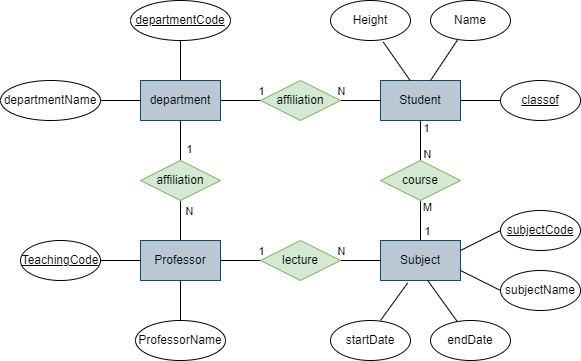
This is haksaControll.png from 0yHan/test, a draw.io export, as it was before one commit. Source tidied: cells renumbered, new cells last; positions are measured from the earlier drawing's top-left corner, leaving out a move shared by most shapes.
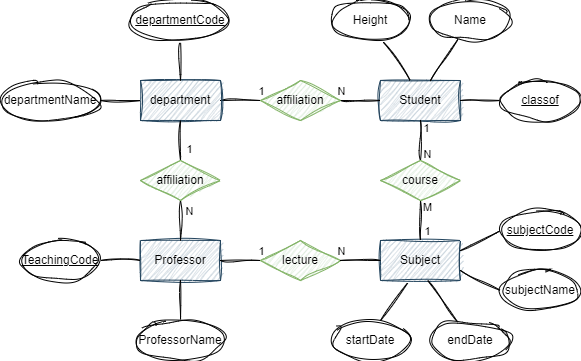
After the commit.

The edit, as a diff of the source:
```diff
@@ -2,164 +2,164 @@
   <root>
     <mxCell id="0" />
     <mxCell id="1" parent="0" />
-    <mxCell id="2" value="Student" style="whiteSpace=wrap;html=1;align=center;fillColor=#bac8d3;strokeColor=#23445d;" parent="1" vertex="1">
+    <mxCell id="2" value="Student" style="whiteSpace=wrap;html=1;align=center;fillColor=#bac8d3;strokeColor=#23445d;sketch=1;curveFitting=1;jiggle=2;" parent="1" vertex="1">
       <mxGeometry x="380" y="80" width="80" height="40" as="geometry" />
     </mxCell>
-    <mxCell id="3" style="edgeStyle=orthogonalEdgeStyle;rounded=0;jettySize=auto;html=1;endArrow=none;endFill=0;" parent="1" edge="1" source="5" target="8">
+    <mxCell id="3" style="edgeStyle=orthogonalEdgeStyle;rounded=0;jettySize=auto;html=1;endArrow=none;endFill=0;sketch=1;curveFitting=1;jiggle=2;" parent="1" edge="1" source="5" target="8">
       <mxGeometry relative="1" as="geometry" />
     </mxCell>
-    <mxCell id="4" value="N" style="edgeLabel;html=1;align=center;verticalAlign=middle;" parent="3" vertex="1">
+    <mxCell id="4" value="N" style="edgeLabel;html=1;align=center;verticalAlign=middle;sketch=1;curveFitting=1;jiggle=2;" parent="3" vertex="1">
       <mxGeometry x="0.12" y="1" relative="1" as="geometry">
         <mxPoint x="98" y="-9" as="offset" />
       </mxGeometry>
     </mxCell>
-    <mxCell id="5" value="department" style="whiteSpace=wrap;html=1;align=center;fillColor=#bac8d3;strokeColor=#23445d;" parent="1" vertex="1">
+    <mxCell id="5" value="department" style="whiteSpace=wrap;html=1;align=center;fillColor=#bac8d3;strokeColor=#23445d;sketch=1;curveFitting=1;jiggle=2;" parent="1" vertex="1">
       <mxGeometry x="140" y="80" width="80" height="40" as="geometry" />
     </mxCell>
-    <mxCell id="6" style="edgeStyle=orthogonalEdgeStyle;rounded=0;jettySize=auto;html=1;endArrow=none;endFill=0;" parent="1" edge="1" source="8" target="2">
+    <mxCell id="6" style="edgeStyle=orthogonalEdgeStyle;rounded=0;jettySize=auto;html=1;endArrow=none;endFill=0;sketch=1;curveFitting=1;jiggle=2;" parent="1" edge="1" source="8" target="2">
       <mxGeometry relative="1" as="geometry" />
     </mxCell>
-    <mxCell id="7" value="1" style="edgeLabel;html=1;align=center;verticalAlign=middle;" parent="6" vertex="1">
+    <mxCell id="7" value="1" style="edgeLabel;html=1;align=center;verticalAlign=middle;sketch=1;curveFitting=1;jiggle=2;" parent="6" vertex="1">
       <mxGeometry x="0.12" y="-1" relative="1" as="geometry">
         <mxPoint x="-102" y="-11" as="offset" />
       </mxGeometry>
     </mxCell>
-    <mxCell id="8" value="affiliation" style="shape=rhombus;perimeter=rhombusPerimeter;whiteSpace=wrap;html=1;align=center;fillColor=#d5e8d4;strokeColor=#82b366;" parent="1" vertex="1">
+    <mxCell id="8" value="affiliation" style="shape=rhombus;perimeter=rhombusPerimeter;whiteSpace=wrap;html=1;align=center;fillColor=#d5e8d4;strokeColor=#82b366;sketch=1;curveFitting=1;jiggle=2;" parent="1" vertex="1">
       <mxGeometry x="260" y="80" width="80" height="40" as="geometry" />
     </mxCell>
-    <mxCell id="9" style="edgeStyle=orthogonalEdgeStyle;rounded=0;jettySize=auto;html=1;endArrow=none;endFill=0;" parent="1" edge="1" source="10" target="5">
+    <mxCell id="9" style="edgeStyle=orthogonalEdgeStyle;rounded=0;jettySize=auto;html=1;endArrow=none;endFill=0;sketch=1;curveFitting=1;jiggle=2;" parent="1" edge="1" source="10" target="5">
       <mxGeometry relative="1" as="geometry" />
     </mxCell>
-    <mxCell id="10" value="&lt;u&gt;departmentCode&lt;/u&gt;" style="ellipse;whiteSpace=wrap;html=1;align=center;" parent="1" vertex="1">
+    <mxCell id="10" value="&lt;u&gt;departmentCode&lt;/u&gt;" style="ellipse;whiteSpace=wrap;html=1;align=center;sketch=1;curveFitting=1;jiggle=2;" parent="1" vertex="1">
       <mxGeometry x="130" width="100" height="40" as="geometry" />
     </mxCell>
-    <mxCell id="11" value="Professor" style="whiteSpace=wrap;html=1;align=center;fillColor=#bac8d3;strokeColor=#23445d;" parent="1" vertex="1">
+    <mxCell id="11" value="Professor" style="whiteSpace=wrap;html=1;align=center;fillColor=#bac8d3;strokeColor=#23445d;sketch=1;curveFitting=1;jiggle=2;" parent="1" vertex="1">
       <mxGeometry x="140" y="240" width="80" height="40" as="geometry" />
     </mxCell>
-    <mxCell id="12" value="Subject" style="whiteSpace=wrap;html=1;align=center;fillColor=#bac8d3;strokeColor=#23445d;" parent="1" vertex="1">
+    <mxCell id="12" value="Subject" style="whiteSpace=wrap;html=1;align=center;fillColor=#bac8d3;strokeColor=#23445d;sketch=1;curveFitting=1;jiggle=2;" parent="1" vertex="1">
       <mxGeometry x="380" y="240" width="80" height="40" as="geometry" />
     </mxCell>
-    <mxCell id="13" style="edgeStyle=orthogonalEdgeStyle;rounded=0;jettySize=auto;html=1;endArrow=none;endFill=0;" parent="1" edge="1" source="15" target="5">
+    <mxCell id="13" style="edgeStyle=orthogonalEdgeStyle;rounded=0;jettySize=auto;html=1;endArrow=none;endFill=0;sketch=1;curveFitting=1;jiggle=2;" parent="1" edge="1" source="15" target="5">
       <mxGeometry relative="1" as="geometry" />
     </mxCell>
-    <mxCell id="14" style="edgeStyle=orthogonalEdgeStyle;rounded=0;jettySize=auto;html=1;endArrow=none;endFill=0;" parent="1" edge="1" source="15" target="11">
+    <mxCell id="14" style="edgeStyle=orthogonalEdgeStyle;rounded=0;jettySize=auto;html=1;endArrow=none;endFill=0;sketch=1;curveFitting=1;jiggle=2;" parent="1" edge="1" source="15" target="11">
       <mxGeometry relative="1" as="geometry" />
     </mxCell>
-    <mxCell id="15" value="affiliation" style="shape=rhombus;perimeter=rhombusPerimeter;whiteSpace=wrap;html=1;align=center;fillColor=#d5e8d4;strokeColor=#82b366;" parent="1" vertex="1">
+    <mxCell id="15" value="affiliation" style="shape=rhombus;perimeter=rhombusPerimeter;whiteSpace=wrap;html=1;align=center;fillColor=#d5e8d4;strokeColor=#82b366;sketch=1;curveFitting=1;jiggle=2;" parent="1" vertex="1">
       <mxGeometry x="140" y="160" width="80" height="40" as="geometry" />
     </mxCell>
-    <mxCell id="16" style="edgeStyle=orthogonalEdgeStyle;rounded=0;jettySize=auto;html=1;endArrow=none;endFill=0;" parent="1" edge="1" source="18" target="12">
+    <mxCell id="16" style="edgeStyle=orthogonalEdgeStyle;rounded=0;jettySize=auto;html=1;endArrow=none;endFill=0;sketch=1;curveFitting=1;jiggle=2;" parent="1" edge="1" source="18" target="12">
       <mxGeometry relative="1" as="geometry" />
     </mxCell>
-    <mxCell id="17" style="edgeStyle=orthogonalEdgeStyle;rounded=0;jettySize=auto;html=1;endArrow=none;endFill=0;" parent="1" edge="1" source="18" target="11">
+    <mxCell id="17" style="edgeStyle=orthogonalEdgeStyle;rounded=0;jettySize=auto;html=1;endArrow=none;endFill=0;sketch=1;curveFitting=1;jiggle=2;" parent="1" edge="1" source="18" target="11">
       <mxGeometry relative="1" as="geometry" />
     </mxCell>
-    <mxCell id="18" value="lecture" style="shape=rhombus;perimeter=rhombusPerimeter;whiteSpace=wrap;html=1;align=center;fillColor=#d5e8d4;strokeColor=#82b366;" parent="1" vertex="1">
+    <mxCell id="18" value="lecture" style="shape=rhombus;perimeter=rhombusPerimeter;whiteSpace=wrap;html=1;align=center;fillColor=#d5e8d4;strokeColor=#82b366;sketch=1;curveFitting=1;jiggle=2;" parent="1" vertex="1">
       <mxGeometry x="260" y="240" width="80" height="40" as="geometry" />
     </mxCell>
-    <mxCell id="19" style="edgeStyle=orthogonalEdgeStyle;rounded=0;jettySize=auto;html=1;endArrow=none;endFill=0;" parent="1" edge="1" source="21" target="2">
+    <mxCell id="19" style="edgeStyle=orthogonalEdgeStyle;rounded=0;jettySize=auto;html=1;endArrow=none;endFill=0;sketch=1;curveFitting=1;jiggle=2;" parent="1" edge="1" source="21" target="2">
       <mxGeometry relative="1" as="geometry" />
     </mxCell>
-    <mxCell id="20" style="edgeStyle=orthogonalEdgeStyle;rounded=0;jettySize=auto;html=1;endArrow=none;endFill=0;" parent="1" edge="1" source="21" target="12">
+    <mxCell id="20" style="edgeStyle=orthogonalEdgeStyle;rounded=0;jettySize=auto;html=1;endArrow=none;endFill=0;sketch=1;curveFitting=1;jiggle=2;" parent="1" edge="1" source="21" target="12">
       <mxGeometry relative="1" as="geometry" />
     </mxCell>
-    <mxCell id="21" value="course" style="shape=rhombus;perimeter=rhombusPerimeter;whiteSpace=wrap;html=1;align=center;fillColor=#d5e8d4;strokeColor=#82b366;" parent="1" vertex="1">
+    <mxCell id="21" value="course" style="shape=rhombus;perimeter=rhombusPerimeter;whiteSpace=wrap;html=1;align=center;fillColor=#d5e8d4;strokeColor=#82b366;sketch=1;curveFitting=1;jiggle=2;" parent="1" vertex="1">
       <mxGeometry x="380" y="160" width="80" height="40" as="geometry" />
     </mxCell>
-    <mxCell id="22" style="edgeStyle=orthogonalEdgeStyle;rounded=0;jettySize=auto;html=1;endArrow=none;endFill=0;" parent="1" edge="1" source="23" target="5">
+    <mxCell id="22" style="edgeStyle=orthogonalEdgeStyle;rounded=0;jettySize=auto;html=1;endArrow=none;endFill=0;sketch=1;curveFitting=1;jiggle=2;" parent="1" edge="1" source="23" target="5">
       <mxGeometry relative="1" as="geometry" />
     </mxCell>
-    <mxCell id="23" value="departmentName" style="ellipse;whiteSpace=wrap;html=1;align=center;" parent="1" vertex="1">
+    <mxCell id="23" value="departmentName" style="ellipse;whiteSpace=wrap;html=1;align=center;sketch=1;curveFitting=1;jiggle=2;" parent="1" vertex="1">
       <mxGeometry y="80" width="100" height="40" as="geometry" />
     </mxCell>
-    <mxCell id="24" style="edgeStyle=orthogonalEdgeStyle;rounded=0;jettySize=auto;html=1;endArrow=none;endFill=0;" parent="1" edge="1" source="25" target="11">
+    <mxCell id="24" style="edgeStyle=orthogonalEdgeStyle;rounded=0;jettySize=auto;html=1;endArrow=none;endFill=0;sketch=1;curveFitting=1;jiggle=2;" parent="1" edge="1" source="25" target="11">
       <mxGeometry relative="1" as="geometry" />
     </mxCell>
-    <mxCell id="25" value="ProfessorName" style="ellipse;whiteSpace=wrap;html=1;align=center;" parent="1" vertex="1">
+    <mxCell id="25" value="ProfessorName" style="ellipse;whiteSpace=wrap;html=1;align=center;sketch=1;curveFitting=1;jiggle=2;" parent="1" vertex="1">
       <mxGeometry x="135" y="320" width="90" height="40" as="geometry" />
     </mxCell>
-    <mxCell id="26" style="edgeStyle=orthogonalEdgeStyle;rounded=0;jettySize=auto;html=1;endArrow=none;endFill=0;" parent="1" edge="1" source="27" target="11">
+    <mxCell id="26" style="edgeStyle=orthogonalEdgeStyle;rounded=0;jettySize=auto;html=1;endArrow=none;endFill=0;sketch=1;curveFitting=1;jiggle=2;" parent="1" edge="1" source="27" target="11">
       <mxGeometry relative="1" as="geometry" />
     </mxCell>
-    <mxCell id="27" value="&lt;u&gt;TeachingCode&lt;/u&gt;" style="ellipse;whiteSpace=wrap;html=1;align=center;" parent="1" vertex="1">
+    <mxCell id="27" value="&lt;u&gt;TeachingCode&lt;/u&gt;" style="ellipse;whiteSpace=wrap;html=1;align=center;sketch=1;curveFitting=1;jiggle=2;" parent="1" vertex="1">
       <mxGeometry x="20" y="240" width="80" height="40" as="geometry" />
     </mxCell>
-    <mxCell id="28" style="jettySize=auto;html=1;endArrow=none;endFill=0;exitX=0.66;exitY=1.04;exitDx=0;exitDy=0;exitPerimeter=0;entryX=0.37;entryY=0;entryDx=0;entryDy=0;entryPerimeter=0;" parent="1" edge="1" source="29" target="2">
+    <mxCell id="28" style="jettySize=auto;html=1;endArrow=none;endFill=0;exitX=0.66;exitY=1.04;exitDx=0;exitDy=0;exitPerimeter=0;entryX=0.37;entryY=0;entryDx=0;entryDy=0;entryPerimeter=0;sketch=1;curveFitting=1;jiggle=2;" parent="1" edge="1" source="29" target="2">
       <mxGeometry relative="1" as="geometry" />
     </mxCell>
-    <mxCell id="29" value="Height" style="ellipse;whiteSpace=wrap;html=1;align=center;" parent="1" vertex="1">
+    <mxCell id="29" value="Height" style="ellipse;whiteSpace=wrap;html=1;align=center;sketch=1;curveFitting=1;jiggle=2;" parent="1" vertex="1">
       <mxGeometry x="330" width="80" height="40" as="geometry" />
     </mxCell>
-    <mxCell id="30" style="edgeStyle=orthogonalEdgeStyle;rounded=0;jettySize=auto;html=1;endArrow=none;endFill=0;" parent="1" edge="1" source="31" target="2">
+    <mxCell id="30" style="edgeStyle=orthogonalEdgeStyle;rounded=0;jettySize=auto;html=1;endArrow=none;endFill=0;sketch=1;curveFitting=1;jiggle=2;" parent="1" edge="1" source="31" target="2">
       <mxGeometry relative="1" as="geometry" />
     </mxCell>
-    <mxCell id="31" value="&lt;u&gt;classof&lt;/u&gt;" style="ellipse;whiteSpace=wrap;html=1;align=center;" parent="1" vertex="1">
+    <mxCell id="31" value="&lt;u&gt;classof&lt;/u&gt;" style="ellipse;whiteSpace=wrap;html=1;align=center;sketch=1;curveFitting=1;jiggle=2;" parent="1" vertex="1">
       <mxGeometry x="500" y="80" width="80" height="40" as="geometry" />
     </mxCell>
-    <mxCell id="32" style="jettySize=auto;html=1;exitX=0.625;exitY=0;exitDx=0;exitDy=0;entryX=0.34;entryY=1.06;entryDx=0;entryDy=0;endArrow=none;endFill=0;exitPerimeter=0;entryPerimeter=0;" parent="1" edge="1" source="33" target="12">
+    <mxCell id="32" style="jettySize=auto;html=1;exitX=0.625;exitY=0;exitDx=0;exitDy=0;entryX=0.34;entryY=1.06;entryDx=0;entryDy=0;endArrow=none;endFill=0;exitPerimeter=0;entryPerimeter=0;sketch=1;curveFitting=1;jiggle=2;" parent="1" edge="1" source="33" target="12">
       <mxGeometry relative="1" as="geometry" />
     </mxCell>
-    <mxCell id="33" value="startDate" style="ellipse;whiteSpace=wrap;html=1;align=center;" parent="1" vertex="1">
+    <mxCell id="33" value="startDate" style="ellipse;whiteSpace=wrap;html=1;align=center;sketch=1;curveFitting=1;jiggle=2;" parent="1" vertex="1">
       <mxGeometry x="330" y="320" width="80" height="40" as="geometry" />
     </mxCell>
-    <mxCell id="34" style="jettySize=auto;html=1;entryX=0.59;entryY=1;entryDx=0;entryDy=0;endArrow=none;endFill=0;entryPerimeter=0;" parent="1" edge="1" source="35" target="12">
+    <mxCell id="34" style="jettySize=auto;html=1;entryX=0.59;entryY=1;entryDx=0;entryDy=0;endArrow=none;endFill=0;entryPerimeter=0;sketch=1;curveFitting=1;jiggle=2;" parent="1" edge="1" source="35" target="12">
       <mxGeometry relative="1" as="geometry" />
     </mxCell>
-    <mxCell id="35" value="endDate" style="ellipse;whiteSpace=wrap;html=1;align=center;" parent="1" vertex="1">
+    <mxCell id="35" value="endDate" style="ellipse;whiteSpace=wrap;html=1;align=center;sketch=1;curveFitting=1;jiggle=2;" parent="1" vertex="1">
       <mxGeometry x="430" y="320" width="80" height="40" as="geometry" />
     </mxCell>
-    <mxCell id="36" style="jettySize=auto;html=1;exitX=0;exitY=0.5;exitDx=0;exitDy=0;entryX=1;entryY=0.25;entryDx=0;entryDy=0;endArrow=none;endFill=0;" parent="1" edge="1" source="37" target="12">
+    <mxCell id="36" style="jettySize=auto;html=1;exitX=0;exitY=0.5;exitDx=0;exitDy=0;entryX=1;entryY=0.25;entryDx=0;entryDy=0;endArrow=none;endFill=0;sketch=1;curveFitting=1;jiggle=2;" parent="1" edge="1" source="37" target="12">
       <mxGeometry relative="1" as="geometry" />
     </mxCell>
-    <mxCell id="37" value="&lt;u&gt;subjectCode&lt;/u&gt;" style="ellipse;whiteSpace=wrap;html=1;align=center;" parent="1" vertex="1">
+    <mxCell id="37" value="&lt;u&gt;subjectCode&lt;/u&gt;" style="ellipse;whiteSpace=wrap;html=1;align=center;sketch=1;curveFitting=1;jiggle=2;" parent="1" vertex="1">
       <mxGeometry x="500" y="210" width="80" height="40" as="geometry" />
     </mxCell>
-    <mxCell id="38" style="jettySize=auto;html=1;exitX=0;exitY=0.5;exitDx=0;exitDy=0;entryX=1;entryY=0.75;entryDx=0;entryDy=0;endArrow=none;endFill=0;" parent="1" edge="1" source="39" target="12">
+    <mxCell id="38" style="jettySize=auto;html=1;exitX=0;exitY=0.5;exitDx=0;exitDy=0;entryX=1;entryY=0.75;entryDx=0;entryDy=0;endArrow=none;endFill=0;sketch=1;curveFitting=1;jiggle=2;" parent="1" edge="1" source="39" target="12">
       <mxGeometry relative="1" as="geometry" />
     </mxCell>
-    <mxCell id="39" value="subjectName" style="ellipse;whiteSpace=wrap;html=1;align=center;" parent="1" vertex="1">
+    <mxCell id="39" value="subjectName" style="ellipse;whiteSpace=wrap;html=1;align=center;sketch=1;curveFitting=1;jiggle=2;" parent="1" vertex="1">
       <mxGeometry x="500" y="270" width="80" height="40" as="geometry" />
     </mxCell>
-    <mxCell id="40" style="jettySize=auto;html=1;endArrow=none;endFill=0;" parent="1" edge="1" source="41">
+    <mxCell id="40" style="jettySize=auto;html=1;endArrow=none;endFill=0;sketch=1;curveFitting=1;jiggle=2;" parent="1" edge="1" source="41">
       <mxGeometry relative="1" as="geometry">
         <mxPoint x="430" y="80" as="targetPoint" />
       </mxGeometry>
     </mxCell>
-    <mxCell id="41" value="Name" style="ellipse;whiteSpace=wrap;html=1;align=center;" parent="1" vertex="1">
+    <mxCell id="41" value="Name" style="ellipse;whiteSpace=wrap;html=1;align=center;sketch=1;curveFitting=1;jiggle=2;" parent="1" vertex="1">
       <mxGeometry x="430" width="80" height="40" as="geometry" />
     </mxCell>
-    <mxCell id="42" value="N" style="edgeLabel;html=1;align=center;verticalAlign=middle;" parent="1" vertex="1">
+    <mxCell id="42" value="N" style="edgeLabel;html=1;align=center;verticalAlign=middle;sketch=1;curveFitting=1;jiggle=2;" parent="1" vertex="1">
       <mxGeometry x="255" y="186" as="geometry">
         <mxPoint x="171" y="-33" as="offset" />
       </mxGeometry>
     </mxCell>
-    <mxCell id="43" value="M" style="edgeLabel;html=1;align=center;verticalAlign=middle;" parent="1" vertex="1">
+    <mxCell id="43" value="M" style="edgeLabel;html=1;align=center;verticalAlign=middle;sketch=1;curveFitting=1;jiggle=2;" parent="1" vertex="1">
       <mxGeometry x="332" y="190" as="geometry">
         <mxPoint x="94" y="16" as="offset" />
       </mxGeometry>
     </mxCell>
-    <mxCell id="44" value="N" style="edgeLabel;html=1;align=center;verticalAlign=middle;" parent="1" vertex="1">
+    <mxCell id="44" value="N" style="edgeLabel;html=1;align=center;verticalAlign=middle;sketch=1;curveFitting=1;jiggle=2;" parent="1" vertex="1">
       <mxGeometry x="260" y="183" as="geometry">
         <mxPoint x="-72" y="27" as="offset" />
       </mxGeometry>
     </mxCell>
-    <mxCell id="45" value="1" style="edgeLabel;html=1;align=center;verticalAlign=middle;" parent="1" vertex="1">
+    <mxCell id="45" value="1" style="edgeLabel;html=1;align=center;verticalAlign=middle;sketch=1;curveFitting=1;jiggle=2;" parent="1" vertex="1">
       <mxGeometry x="340" y="183" as="geometry">
         <mxPoint x="-152" y="-35" as="offset" />
       </mxGeometry>
     </mxCell>
-    <mxCell id="46" value="N" style="edgeLabel;html=1;align=center;verticalAlign=middle;" parent="1" vertex="1">
+    <mxCell id="46" value="N" style="edgeLabel;html=1;align=center;verticalAlign=middle;sketch=1;curveFitting=1;jiggle=2;" parent="1" vertex="1">
       <mxGeometry x="340" y="250" as="geometry" />
     </mxCell>
-    <mxCell id="47" value="1" style="edgeLabel;html=1;align=center;verticalAlign=middle;" parent="1" vertex="1">
+    <mxCell id="47" value="1" style="edgeLabel;html=1;align=center;verticalAlign=middle;sketch=1;curveFitting=1;jiggle=2;" parent="1" vertex="1">
       <mxGeometry x="260" y="250" as="geometry" />
     </mxCell>
-    <mxCell id="48" value="1" style="edgeLabel;html=1;align=center;verticalAlign=middle;" parent="1" vertex="1">
+    <mxCell id="48" value="1" style="edgeLabel;html=1;align=center;verticalAlign=middle;sketch=1;curveFitting=1;jiggle=2;" parent="1" vertex="1">
       <mxGeometry x="266" y="258" as="geometry">
         <mxPoint x="159" y="-131" as="offset" />
       </mxGeometry>
     </mxCell>
-    <mxCell id="49" value="1" style="edgeLabel;html=1;align=center;verticalAlign=middle;" parent="1" vertex="1">
+    <mxCell id="49" value="1" style="edgeLabel;html=1;align=center;verticalAlign=middle;sketch=1;curveFitting=1;jiggle=2;" parent="1" vertex="1">
       <mxGeometry x="278" y="267" as="geometry">
         <mxPoint x="148" y="-37" as="offset" />
       </mxGeometry>
```
